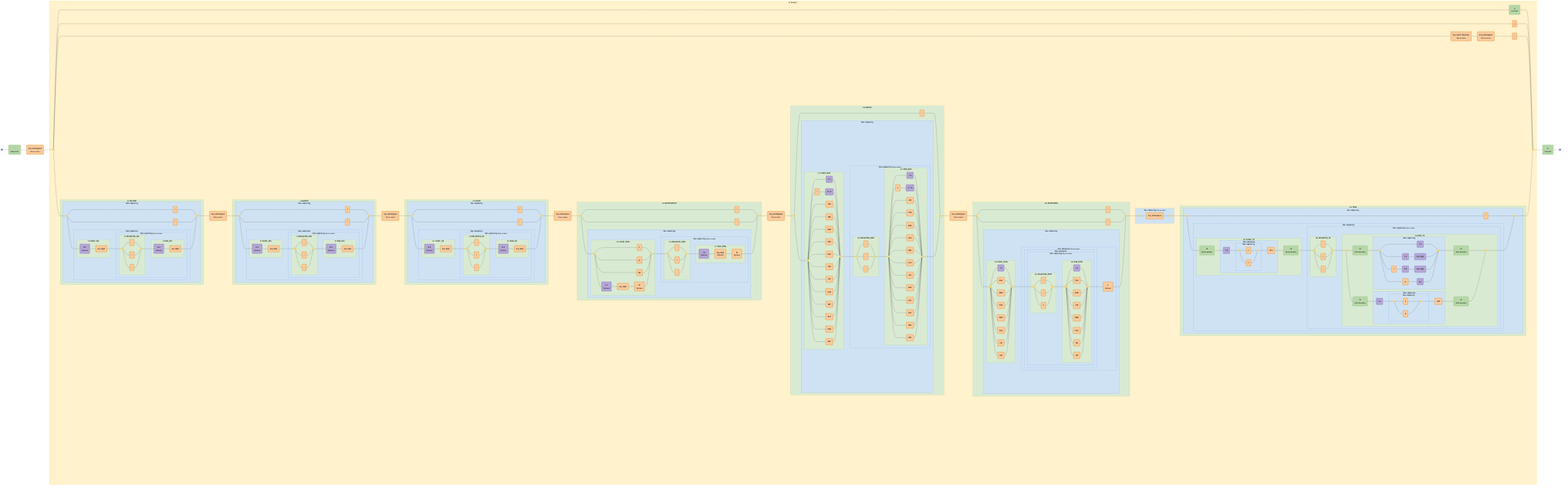
This is diagrams/cron-schedule.mermaid-diagram.png from tayles/regex-to-mermaid, a Mermaid export, as it was before one commit. Its source is kept beside it as diagrams/cron-schedule.mermaid.
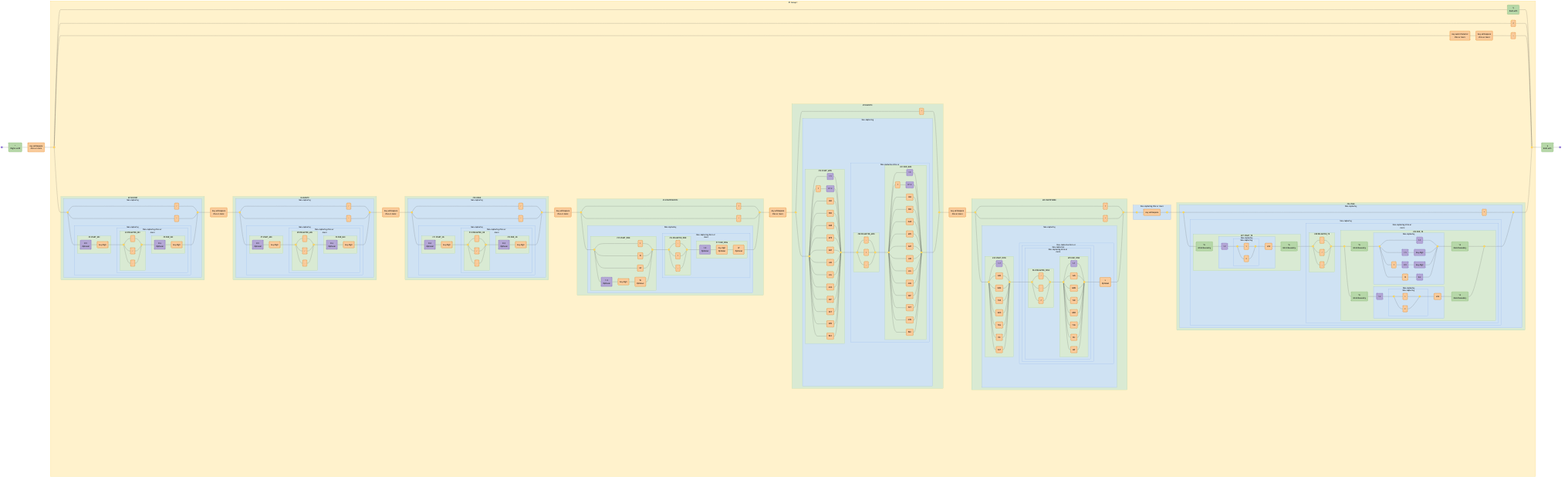
After the commit.

The edit, as a diff of the source:
```diff
@@ -4,57 +4,57 @@
 
   start@{ shape: f-circ };
   fin@{ shape: f-circ };
-  assertion_1("^<br><i><small>Begins with</small></i>"):::assertion;
-  literal_1("Any whitespace<br><i><small>Zero or more</small></i>"):::literal;
+  assertion_1("^<br><i>Begins with</i>"):::assertion;
+  literal_1("Any whitespace<br><i>Zero or more</i>"):::literal;
   disjunction_begin_1:::disjunction@{ shape: f-circ };
   disjunction_end_1:::disjunction@{ shape: f-circ };
-  assertion_2("$<br><i><small>Ends with</small></i>"):::assertion;
+  assertion_2("$<br><i>Ends with</i>"):::assertion;
   literal_2("#"):::literal;
-  literal_3("Any word character<br><i><small>One or more</small></i>"):::literal;
-  literal_4("Any whitespace<br><i><small>Zero or more</small></i>"):::literal;
+  literal_3("Any word character<br><i>One or more</i>"):::literal;
+  literal_4("Any whitespace<br><i>Zero or more</i>"):::literal;
   literal_5("="):::literal;
   disjunction_begin_2:::disjunction@{ shape: f-circ };
   disjunction_end_2:::disjunction@{ shape: f-circ };
   literal_6("?"):::literal;
   literal_7("*"):::literal;
-  char_class_1("0-5<br><i><small>Optional</small></i>"):::char-class;
+  char_class_1("0-5<br><i>Optional</i>"):::char-class;
   literal_8("Any digit"):::literal;
   disjunction_begin_3:::disjunction@{ shape: f-circ };
   disjunction_end_3:::disjunction@{ shape: f-circ };
   literal_9("-"):::literal;
   literal_10("/"):::literal;
   literal_11(","):::literal;
-  char_class_2("0-6<br><i><small>Optional</small></i>"):::char-class;
+  char_class_2("0-6<br><i>Optional</i>"):::char-class;
   literal_12("Any digit"):::literal;
-  literal_13("Any whitespace<br><i><small>One or more</small></i>"):::literal;
+  literal_13("Any whitespace<br><i>One or more</i>"):::literal;
   disjunction_begin_4:::disjunction@{ shape: f-circ };
   disjunction_end_4:::disjunction@{ shape: f-circ };
   literal_14("?"):::literal;
   literal_15("*"):::literal;
-  char_class_3("0-5<br><i><small>Optional</small></i>"):::char-class;
+  char_class_3("0-5<br><i>Optional</i>"):::char-class;
   literal_16("Any digit"):::literal;
   disjunction_begin_5:::disjunction@{ shape: f-circ };
   disjunction_end_5:::disjunction@{ shape: f-circ };
   literal_17("-"):::literal;
   literal_18("/"):::literal;
   literal_19(","):::literal;
-  char_class_4("0-6<br><i><small>Optional</small></i>"):::char-class;
+  char_class_4("0-6<br><i>Optional</i>"):::char-class;
   literal_20("Any digit"):::literal;
-  literal_21("Any whitespace<br><i><small>One or more</small></i>"):::literal;
+  literal_21("Any whitespace<br><i>One or more</i>"):::literal;
   disjunction_begin_6:::disjunction@{ shape: f-circ };
   disjunction_end_6:::disjunction@{ shape: f-circ };
   literal_22("?"):::literal;
   literal_23("*"):::literal;
-  char_class_5("0-2<br><i><small>Optional</small></i>"):::char-class;
+  char_class_5("0-2<br><i>Optional</i>"):::char-class;
   literal_24("Any digit"):::literal;
   disjunction_begin_7:::disjunction@{ shape: f-circ };
   disjunction_end_7:::disjunction@{ shape: f-circ };
   literal_25("-"):::literal;
   literal_26("/"):::literal;
   literal_27(","):::literal;
-  char_class_6("0-2<br><i><small>Optional</small></i>"):::char-class;
+  char_class_6("0-2<br><i>Optional</i>"):::char-class;
   literal_28("Any digit"):::literal;
-  literal_29("Any whitespace<br><i><small>One or more</small></i>"):::literal;
+  literal_29("Any whitespace<br><i>One or more</i>"):::literal;
   disjunction_begin_8:::disjunction@{ shape: f-circ };
   disjunction_end_8:::disjunction@{ shape: f-circ };
   literal_30("?"):::literal;
@@ -64,18 +64,18 @@
   literal_32("L"):::literal;
   literal_33("W"):::literal;
   literal_34("LW"):::literal;
-  char_class_7("1-3<br><i><small>Optional</small></i>"):::char-class;
+  char_class_7("1-3<br><i>Optional</i>"):::char-class;
   literal_35("Any digit"):::literal;
-  literal_36("W<br><i><small>Optional</small></i>"):::literal;
+  literal_36("W<br><i>Optional</i>"):::literal;
   disjunction_begin_10:::disjunction@{ shape: f-circ };
   disjunction_end_10:::disjunction@{ shape: f-circ };
   literal_37("-"):::literal;
   literal_38("/"):::literal;
   literal_39(","):::literal;
-  char_class_8("1-3<br><i><small>Optional</small></i>"):::char-class;
-  literal_40("Any digit<br><i><small>Optional</small></i>"):::literal;
-  literal_41("W<br><i><small>Optional</small></i>"):::literal;
-  literal_42("Any whitespace<br><i><small>One or more</small></i>"):::literal;
+  char_class_8("1-3<br><i>Optional</i>"):::char-class;
+  literal_40("Any digit<br><i>Optional</i>"):::literal;
+  literal_41("W<br><i>Optional</i>"):::literal;
+  literal_42("Any whitespace<br><i>One or more</i>"):::literal;
   disjunction_begin_11:::disjunction@{ shape: f-circ };
   disjunction_end_11:::disjunction@{ shape: f-circ };
   literal_43("*"):::literal;
@@ -118,7 +118,7 @@
   literal_70("OCT"):::literal;
   literal_71("NOV"):::literal;
   literal_72("DEC"):::literal;
-  literal_73("Any whitespace<br><i><small>One or more</small></i>"):::literal;
+  literal_73("Any whitespace<br><i>One or more</i>"):::literal;
   disjunction_begin_15:::disjunction@{ shape: f-circ };
   disjunction_end_15:::disjunction@{ shape: f-circ };
   literal_74("?"):::literal;
@@ -148,21 +148,21 @@
   literal_90("THU"):::literal;
   literal_91("FRI"):::literal;
   literal_92("SAT"):::literal;
-  literal_93("L<br><i><small>Optional</small></i>"):::literal;
+  literal_93("L<br><i>Optional</i>"):::literal;
   disjunction_begin_19:::disjunction@{ shape: f-circ };
   disjunction_end_19:::disjunction@{ shape: f-circ };
   literal_94("Any whitespace"):::literal;
   disjunction_begin_20:::disjunction@{ shape: f-circ };
   disjunction_end_20:::disjunction@{ shape: f-circ };
   literal_95("*"):::literal;
-  assertion_3("\b<br><i><small>Word boundary</small></i>"):::assertion;
+  assertion_3("\b<br><i>Word boundary</i>"):::assertion;
   char_class_15("1-2"):::char-class;
   disjunction_begin_21:::disjunction@{ shape: f-circ };
   disjunction_end_21:::disjunction@{ shape: f-circ };
   literal_96("9"):::literal;
   literal_97("0"):::literal;
   literal_98("\d\d"):::literal;
-  assertion_4("\b<br><i><small>Word boundary</small></i>"):::assertion;
+  assertion_4("\b<br><i>Word boundary</i>"):::assertion;
   disjunction_begin_22:::disjunction@{ shape: f-circ };
   disjunction_end_22:::disjunction@{ shape: f-circ };
   literal_99("-"):::literal;
@@ -170,7 +170,7 @@
   literal_101(","):::literal;
   disjunction_begin_23:::disjunction@{ shape: f-circ };
   disjunction_end_23:::disjunction@{ shape: f-circ };
-  assertion_5("\b<br><i><small>Word boundary</small></i>"):::assertion;
+  assertion_5("\b<br><i>Word boundary</i>"):::assertion;
   disjunction_begin_24:::disjunction@{ shape: f-circ };
   disjunction_end_24:::disjunction@{ shape: f-circ };
   char_class_16("1-9"):::char-class;
@@ -181,23 +181,23 @@
   char_class_20("Any digit"):::char-class;
   literal_103("19"):::literal;
   char_class_21("0-2"):::char-class;
-  assertion_6("\b<br><i><small>Word boundary</small></i>"):::assertion;
-  assertion_7("\b<br><i><small>Word boundary</small></i>"):::assertion;
+  assertion_6("\b<br><i>Word boundary</i>"):::assertion;
+  assertion_7("\b<br><i>Word boundary</i>"):::assertion;
   char_class_22("1-2"):::char-class;
   disjunction_begin_25:::disjunction@{ shape: f-circ };
   disjunction_end_25:::disjunction@{ shape: f-circ };
   literal_104("9"):::literal;
   literal_105("0"):::literal;
   literal_106("\d\d"):::literal;
-  assertion_8("\b<br><i><small>Word boundary</small></i>"):::assertion;
-  assertion_9("$<br><i><small>Ends with</small></i>"):::assertion;
-
-  subgraph named_capture_2 ["<small>#3</small> START_SEC"]
+  assertion_8("\b<br><i>Word boundary</i>"):::assertion;
+  assertion_9("$<br><i>Ends with</i>"):::assertion;
+
+  subgraph named_capture_2 ["#3 START_SEC"]
     char_class_1
     literal_8
   end
 
-  subgraph named_capture_3 ["<small>#4</small> DELIMITER_SEC"]
+  subgraph named_capture_3 ["#4 DELIMITER_SEC"]
     disjunction_begin_3
     disjunction_end_3
     literal_9
@@ -205,12 +205,12 @@
     literal_11
   end
 
-  subgraph named_capture_4 ["<small>#5</small> END_SEC"]
+  subgraph named_capture_4 ["#5 END_SEC"]
     char_class_2
     literal_12
   end
 
-  subgraph non_capturing_3 ["Non-capturing <small><i>Zero or more</i></small>"]
+  subgraph non_capturing_3 ["Non-capturing <i>Zero or more</i>"]
     named_capture_3
     named_capture_4
   end
@@ -234,7 +234,7 @@
     literal_7
   end
 
-  subgraph named_capture_1 ["<small>#2</small> SECOND"]
+  subgraph named_capture_1 ["#2 SECOND"]
     named_capture_2
     named_capture_3
     named_capture_4
@@ -243,12 +243,12 @@
     non_capturing_1
   end
 
-  subgraph named_capture_6 ["<small>#7</small> START_MIN"]
+  subgraph named_capture_6 ["#7 START_MIN"]
     char_class_3
     literal_16
   end
 
-  subgraph named_capture_7 ["<small>#8</small> DELIMITER_MIN"]
+  subgraph named_capture_7 ["#8 DELIMITER_MIN"]
     disjunction_begin_5
     disjunction_end_5
     literal_17
@@ -256,12 +256,12 @@
     literal_19
   end
 
-  subgraph named_capture_8 ["<small>#9</small> END_MIN"]
+  subgraph named_capture_8 ["#9 END_MIN"]
     char_class_4
     literal_20
   end
 
-  subgraph non_capturing_6 ["Non-capturing <small><i>Zero or more</i></small>"]
+  subgraph non_capturing_6 ["Non-capturing <i>Zero or more</i>"]
     named_capture_7
     named_capture_8
   end
@@ -285,7 +285,7 @@
     literal_15
   end
 
-  subgraph named_capture_5 ["<small>#6</small> MINUTE"]
+  subgraph named_capture_5 ["#6 MINUTE"]
     named_capture_6
     named_capture_7
     named_capture_8
@@ -294,12 +294,12 @@
     non_capturing_4
   end
 
-  subgraph named_capture_10 ["<small>#11</small> START_HR"]
+  subgraph named_capture_10 ["#11 START_HR"]
     char_class_5
     literal_24
   end
 
-  subgraph named_capture_11 ["<small>#12</small> DELIMITER_HR"]
+  subgraph named_capture_11 ["#12 DELIMITER_HR"]
     disjunction_begin_7
     disjunction_end_7
     literal_25
@@ -307,12 +307,12 @@
     literal_27
   end
 
-  subgraph named_capture_12 ["<small>#13</small> END_HR"]
+  subgraph named_capture_12 ["#13 END_HR"]
     char_class_6
     literal_28
   end
 
-  subgraph non_capturing_9 ["Non-capturing <small><i>Zero or more</i></small>"]
+  subgraph non_capturing_9 ["Non-capturing <i>Zero or more</i>"]
     named_capture_11
     named_capture_12
   end
@@ -336,7 +336,7 @@
     literal_23
   end
 
-  subgraph named_capture_9 ["<small>#10</small> HOUR"]
+  subgraph named_capture_9 ["#10 HOUR"]
     named_capture_10
     named_capture_11
     named_capture_12
@@ -345,7 +345,7 @@
     non_capturing_7
   end
 
-  subgraph named_capture_14 ["<small>#15</small> START_DOM"]
+  subgraph named_capture_14 ["#15 START_DOM"]
     disjunction_begin_9
     disjunction_end_9
     literal_32
@@ -356,7 +356,7 @@
     literal_36
   end
 
-  subgraph named_capture_15 ["<small>#16</small> DELIMITER_DOM"]
+  subgraph named_capture_15 ["#16 DELIMITER_DOM"]
     disjunction_begin_10
     disjunction_end_10
     literal_37
@@ -364,13 +364,13 @@
     literal_39
   end
 
-  subgraph named_capture_16 ["<small>#17</small> END_DOM"]
+  subgraph named_capture_16 ["#17 END_DOM"]
     char_class_8
     literal_40
     literal_41
   end
 
-  subgraph non_capturing_11 ["Non-capturing <small><i>Zero or more</i></small>"]
+  subgraph non_capturing_11 ["Non-capturing <i>Zero or more</i>"]
     named_capture_15
     named_capture_16
   end
@@ -382,7 +382,7 @@
     non_capturing_11
   end
 
-  subgraph named_capture_13 ["<small>#14</small> DAYOFMONTH"]
+  subgraph named_capture_13 ["#14 DAYOFMONTH"]
     named_capture_14
     named_capture_15
     named_capture_16
@@ -394,7 +394,7 @@
     literal_31
   end
 
-  subgraph named_capture_18 ["<small>#19</small> START_MON"]
+  subgraph named_capture_18 ["#19 START_MON"]
     disjunction_begin_12
     disjunction_end_12
     char_class_9
@@ -414,7 +414,7 @@
     literal_56
   end
 
-  subgraph named_capture_19 ["<small>#20</small> DELIMITER_MON"]
+  subgraph named_capture_19 ["#20 DELIMITER_MON"]
     disjunction_begin_13
     disjunction_end_13
     literal_57
@@ -422,7 +422,7 @@
     literal_59
   end
 
-  subgraph named_capture_20 ["<small>#21</small> END_MON"]
+  subgraph named_capture_20 ["#21 END_MON"]
     disjunction_begin_14
     disjunction_end_14
     char_class_11
@@ -442,7 +442,7 @@
     literal_72
   end
 
-  subgraph non_capturing_13 ["Non-capturing <small><i>Zero or more</i></small>"]
+  subgraph non_capturing_13 ["Non-capturing <i>Zero or more</i>"]
     named_capture_19
     named_capture_20
   end
@@ -454,7 +454,7 @@
     non_capturing_13
   end
 
-  subgraph named_capture_17 ["<small>#18</small> MONTH"]
+  subgraph named_capture_17 ["#18 MONTH"]
     named_capture_18
     named_capture_19
     named_capture_20
@@ -465,7 +465,7 @@
     literal_43
   end
 
-  subgraph named_capture_22 ["<small>#23</small> START_DOW"]
+  subgraph named_capture_22 ["#23 START_DOW"]
     disjunction_begin_16
     disjunction_end_16
     char_class_13
@@ -478,7 +478,7 @@
     literal_82
   end
 
-  subgraph named_capture_23 ["<small>#24</small> DELIMITER_DOW"]
+  subgraph named_capture_23 ["#24 DELIMITER_DOW"]
     disjunction_begin_17
     disjunction_end_17
     literal_83
@@ -486,7 +486,7 @@
     literal_85
   end
 
-  subgraph named_capture_24 ["<small>#25</small> END_DOW"]
+  subgraph named_capture_24 ["#25 END_DOW"]
     disjunction_begin_18
     disjunction_end_18
     char_class_14
@@ -499,7 +499,7 @@
     literal_92
   end
 
-  subgraph non_capturing_17 ["Non-capturing <small><i>Zero or more</i></small>"]
+  subgraph non_capturing_17 ["Non-capturing <i>Zero or more</i>"]
     named_capture_23
     named_capture_24
   end
@@ -510,7 +510,7 @@
     non_capturing_17
   end
 
-  subgraph non_capturing_15 ["Non-capturing <small><i>Zero or more</i></small>"]
+  subgraph non_capturing_15 ["Non-capturing <i>Zero or more</i>"]
     named_capture_23
     named_capture_24
     non_capturing_17
@@ -527,7 +527,7 @@
     non_capturing_15
   end
 
-  subgraph named_capture_21 ["<small>#22</small> DAYOFWEEK"]
+  subgraph named_capture_21 ["#22 DAYOFWEEK"]
     named_capture_22
     named_capture_23
     named_capture_24
@@ -541,7 +541,7 @@
     literal_75
   end
 
-  subgraph non_capturing_18 ["Non-capturing <small><i>One or more</i></small>"]
+  subgraph non_capturing_18 ["Non-capturing <i>One or more</i>"]
     disjunction_begin_19
     disjunction_end_19
     literal_94
@@ -560,14 +560,14 @@
     literal_98
   end
 
-  subgraph named_capture_26 ["<small>#27</small> START_YR"]
+  subgraph named_capture_26 ["#27 START_YR"]
     non_capturing_22
     non_capturing_21
     assertion_3
     assertion_4
   end
 
-  subgraph named_capture_27 ["<small>#28</small> DELIMITER_YR"]
+  subgraph named_capture_27 ["#28 DELIMITER_YR"]
     disjunction_begin_22
     disjunction_end_22
     literal_99
@@ -601,7 +601,7 @@
     literal_106
   end
 
-  subgraph named_capture_28 ["<small>#29</small> END_YR"]
+  subgraph named_capture_28 ["#29 END_YR"]
     non_capturing_24
     non_capturing_26
     non_capturing_25
@@ -613,7 +613,7 @@
     assertion_8
   end
 
-  subgraph non_capturing_23 ["Non-capturing <small><i>Zero or more</i></small>"]
+  subgraph non_capturing_23 ["Non-capturing <i>Zero or more</i>"]
     named_capture_27
     non_capturing_24
     non_capturing_26
@@ -649,7 +649,7 @@
     literal_95
   end
 
-  subgraph named_capture_25 ["<small>#26</small> YEAR"]
+  subgraph named_capture_25 ["#26 YEAR"]
     non_capturing_22
     non_capturing_21
     named_capture_26
@@ -663,7 +663,7 @@
     non_capturing_19
   end
 
-  subgraph standard_1 ["<small>#1</small> Group 1"]
+  subgraph standard_1 ["#1 Group 1"]
     named_capture_2
     named_capture_3
     named_capture_4
```
